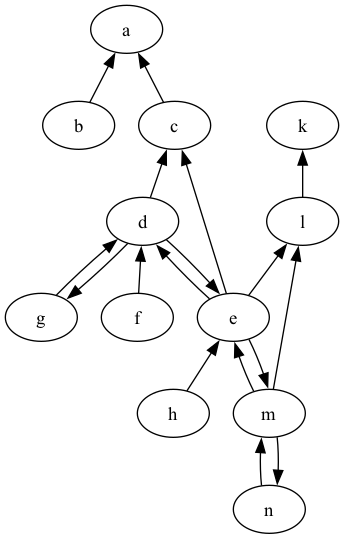
Earlier version of the Graphviz export lib/graphs/attack_graph.png (idaks/Games-and-Argumentation). Its source is kept beside it as lib/graphs/attack_graph.dot.
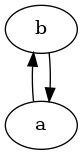
The same diagram one commit later.

Diff of the diagram source:
```diff
@@ -1,19 +1,4 @@
 digraph G {
-    "a" -> "c" [dir=back];
+    "b" -> "a" [dir=back];
     "a" -> "b" [dir=back];
-    "k" -> "l" [dir=back];
-    "c" -> "d" [dir=back];
-    "c" -> "e" [dir=back];
-    "l" -> "e" [dir=back];
-    "l" -> "m" [dir=back];
-    "d" -> "e" [dir=back];
-    "e" -> "d" [dir=back];
-    "e" -> "m" [dir=back];
-    "m" -> "e" [dir=back];
-    "d" -> "f" [dir=back];
-    "d" -> "g" [dir=back];
-    "g" -> "d" [dir=back];
-    "e" -> "h" [dir=back];
-    "m" -> "n" [dir=back];
-    "n" -> "m" [dir=back];
 }
```
